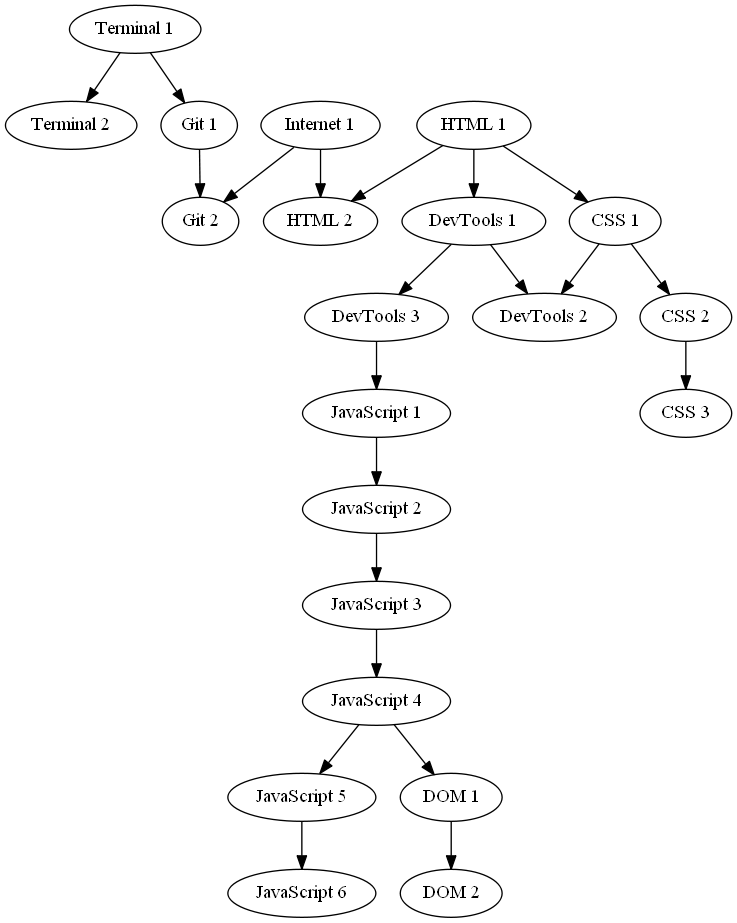
The Graphviz diagram modules.png in Codaisseur/BB-Projects, before a commit. Its source is kept beside it as modules.dot.
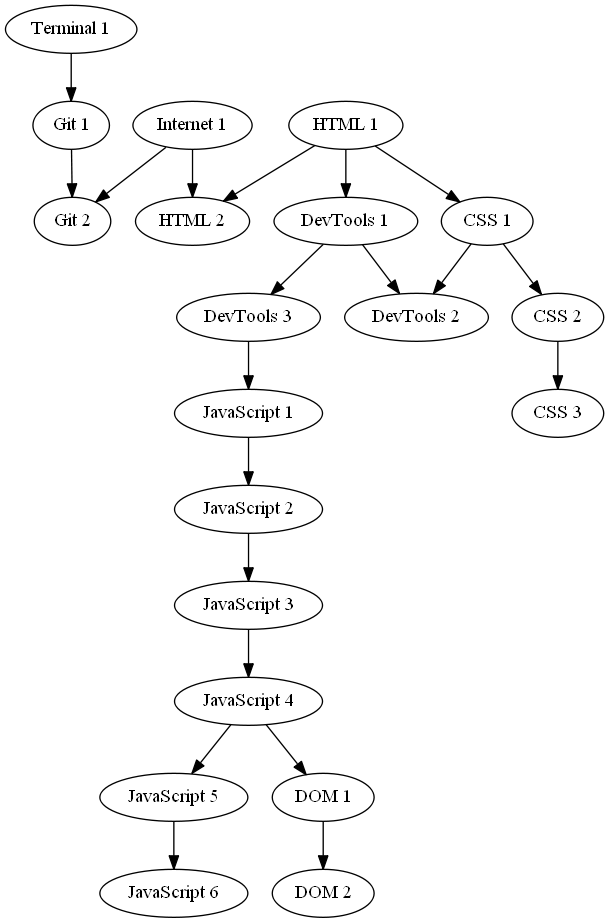
The same diagram one commit later.

Commit message:
Removes terminal 2 mod

What changed in the source:
```diff
@@ -1,5 +1,4 @@
 digraph {
-    "Terminal 1"->"Terminal 2"
     "Terminal 1"->"Git 1"
     "Git 1"->"Git 2"
     "Internet 1"->"Git 2"
```
